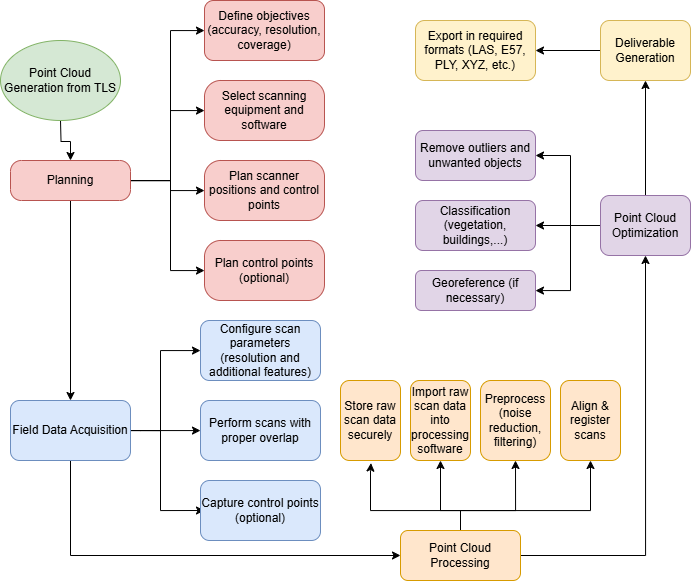
Before: Flowchart_pointCloud_TLS.drawio.png, a diagram exported from draw.io (fbrandao2k/Point_Cloud_TLS). Source tidied: cells renumbered, new cells last; positions are measured from the earlier drawing's top-left corner, leaving out a move shared by most shapes.
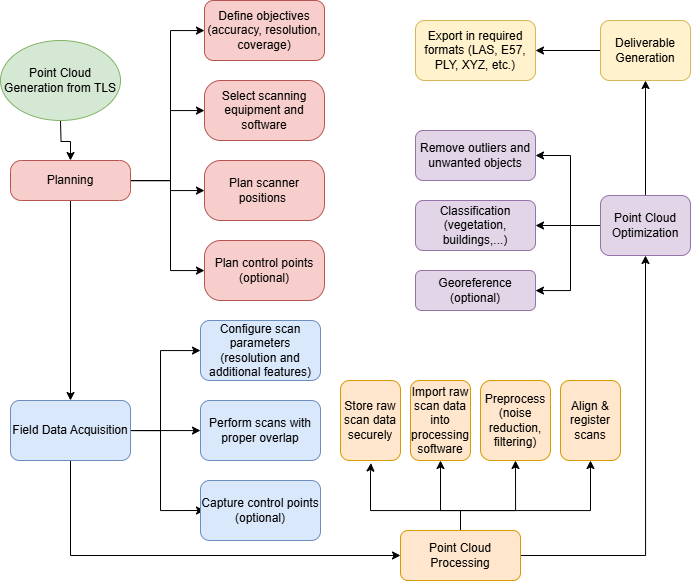
After the commit.

The edit, as a diff of the source:
```diff
@@ -54,7 +54,7 @@
     <mxCell id="11" value="Select scanning equipment and software" style="whiteSpace=wrap;html=1;fillColor=#f8cecc;strokeColor=#b85450;rounded=1;glass=0;strokeWidth=1;shadow=0;arcSize=27;" parent="1" vertex="1">
       <mxGeometry x="204" y="80" width="120" height="60" as="geometry" />
     </mxCell>
-    <mxCell id="12" value="Plan scanner positions and control points" style="whiteSpace=wrap;html=1;fillColor=#f8cecc;strokeColor=#b85450;rounded=1;glass=0;strokeWidth=1;shadow=0;arcSize=27;" parent="1" vertex="1">
+    <mxCell id="12" value="Plan scanner positions&amp;nbsp;" style="whiteSpace=wrap;html=1;fillColor=#f8cecc;strokeColor=#b85450;rounded=1;glass=0;strokeWidth=1;shadow=0;arcSize=27;" parent="1" vertex="1">
       <mxGeometry x="204" y="160" width="120" height="60" as="geometry" />
     </mxCell>
     <mxCell id="13" value="Plan control points (optional)" style="whiteSpace=wrap;html=1;fillColor=#f8cecc;strokeColor=#b85450;rounded=1;glass=0;strokeWidth=1;shadow=0;arcSize=27;" parent="1" vertex="1">
@@ -195,7 +195,7 @@
     <mxCell id="36" value="Point Cloud Optimization" style="rounded=1;whiteSpace=wrap;html=1;fillColor=#e1d5e7;strokeColor=#9673a6;" parent="1" vertex="1">
       <mxGeometry x="600" y="195" width="90" height="60" as="geometry" />
     </mxCell>
-    <mxCell id="37" value="Georeference (if necessary)" style="whiteSpace=wrap;html=1;rounded=1;fillColor=#e1d5e7;strokeColor=#9673a6;" parent="1" vertex="1">
+    <mxCell id="37" value="Georeference (optional)" style="whiteSpace=wrap;html=1;rounded=1;fillColor=#e1d5e7;strokeColor=#9673a6;" parent="1" vertex="1">
       <mxGeometry x="415" y="270" width="120" height="40" as="geometry" />
     </mxCell>
     <mxCell id="38" value="Classification (vegetation, buildings,...)" style="whiteSpace=wrap;html=1;rounded=1;fillColor=#e1d5e7;strokeColor=#9673a6;" parent="1" vertex="1">
```
